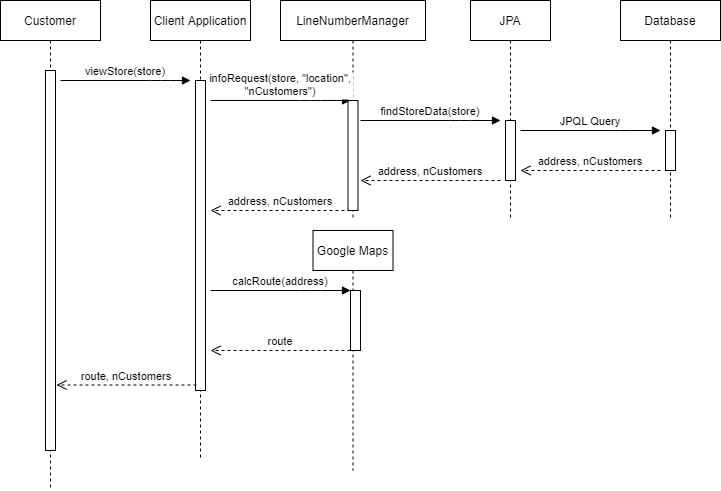
Earlier version of the draw.io export DD/Images/CustomerSequenceDiagrams/ViewStoreSequenceDiagram.png (Furcanzo/BurattiIncesuluHrvoj). Source tidied: cells renumbered, new cells last; positions are measured from the earlier drawing's top-left corner, leaving out a move shared by most shapes.
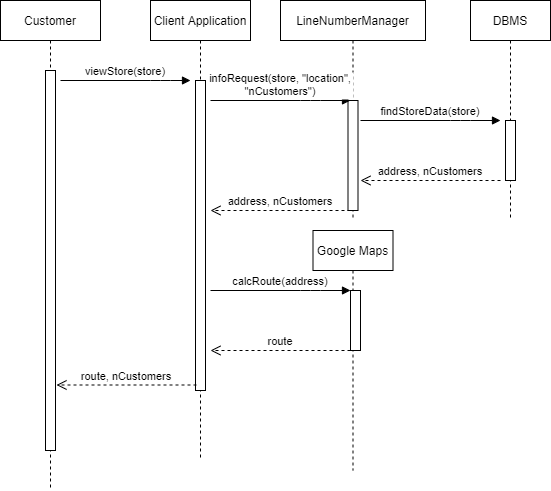
After the commit.

Change to the diagram source:
```diff
@@ -29,18 +29,12 @@
     <mxCell id="8" style="perimeter=orthogonalPerimeter;rounded=0;shadow=0;strokeWidth=1;" parent="7" vertex="1">
       <mxGeometry x="67.5" y="100" width="10" height="110" as="geometry" />
     </mxCell>
-    <mxCell id="9" value="JPA" style="shape=umlLifeline;perimeter=lifelinePerimeter;rounded=0;shadow=0;strokeWidth=1;" parent="1" vertex="1">
+    <mxCell id="9" value="DBMS" style="shape=umlLifeline;perimeter=lifelinePerimeter;rounded=0;shadow=0;strokeWidth=1;" parent="1" vertex="1">
       <mxGeometry x="470" width="80" height="220" as="geometry" />
     </mxCell>
     <mxCell id="10" style="perimeter=orthogonalPerimeter;rounded=0;shadow=0;strokeWidth=1;" parent="9" vertex="1">
       <mxGeometry x="35" y="120" width="10" height="60" as="geometry" />
     </mxCell>
-    <mxCell id="11" value="Database" style="shape=umlLifeline;perimeter=lifelinePerimeter;rounded=0;shadow=0;strokeWidth=1;" parent="1" vertex="1">
-      <mxGeometry x="620" width="100" height="220" as="geometry" />
-    </mxCell>
-    <mxCell id="12" style="perimeter=orthogonalPerimeter;rounded=0;shadow=0;strokeWidth=1;" parent="11" vertex="1">
-      <mxGeometry x="45" y="130" width="10" height="40" as="geometry" />
-    </mxCell>
     <mxCell id="13" value="infoRequest(store, &quot;location&quot;, &#10;&quot;nCustomers&quot;)" style="verticalAlign=bottom;endArrow=block;shadow=0;strokeWidth=1;" parent="1" edge="1">
       <mxGeometry relative="1" as="geometry">
         <mxPoint x="210" y="100" as="sourcePoint" />
@@ -65,21 +59,6 @@
         </Array>
       </mxGeometry>
     </mxCell>
-    <mxCell id="16" value="JPQL Query" style="verticalAlign=bottom;endArrow=block;shadow=0;strokeWidth=1;" parent="1" edge="1">
-      <mxGeometry relative="1" as="geometry">
-        <mxPoint x="520" y="130" as="sourcePoint" />
-        <mxPoint x="660" y="130" as="targetPoint" />
-        <Array as="points">
-          <mxPoint x="620" y="130" />
-        </Array>
-      </mxGeometry>
-    </mxCell>
-    <mxCell id="17" value="address, nCustomers" style="verticalAlign=bottom;endArrow=open;dashed=1;endSize=8;shadow=0;strokeWidth=1;" parent="1" edge="1">
-      <mxGeometry relative="1" as="geometry">
-        <mxPoint x="660" y="170" as="sourcePoint" />
-        <mxPoint x="520" y="170" as="targetPoint" />
-      </mxGeometry>
-    </mxCell>
     <mxCell id="18" value="address, nCustomers" style="verticalAlign=bottom;endArrow=open;dashed=1;endSize=8;shadow=0;strokeWidth=1;" parent="1" edge="1">
       <mxGeometry relative="1" as="geometry">
         <mxPoint x="500" y="180" as="sourcePoint" />
```
